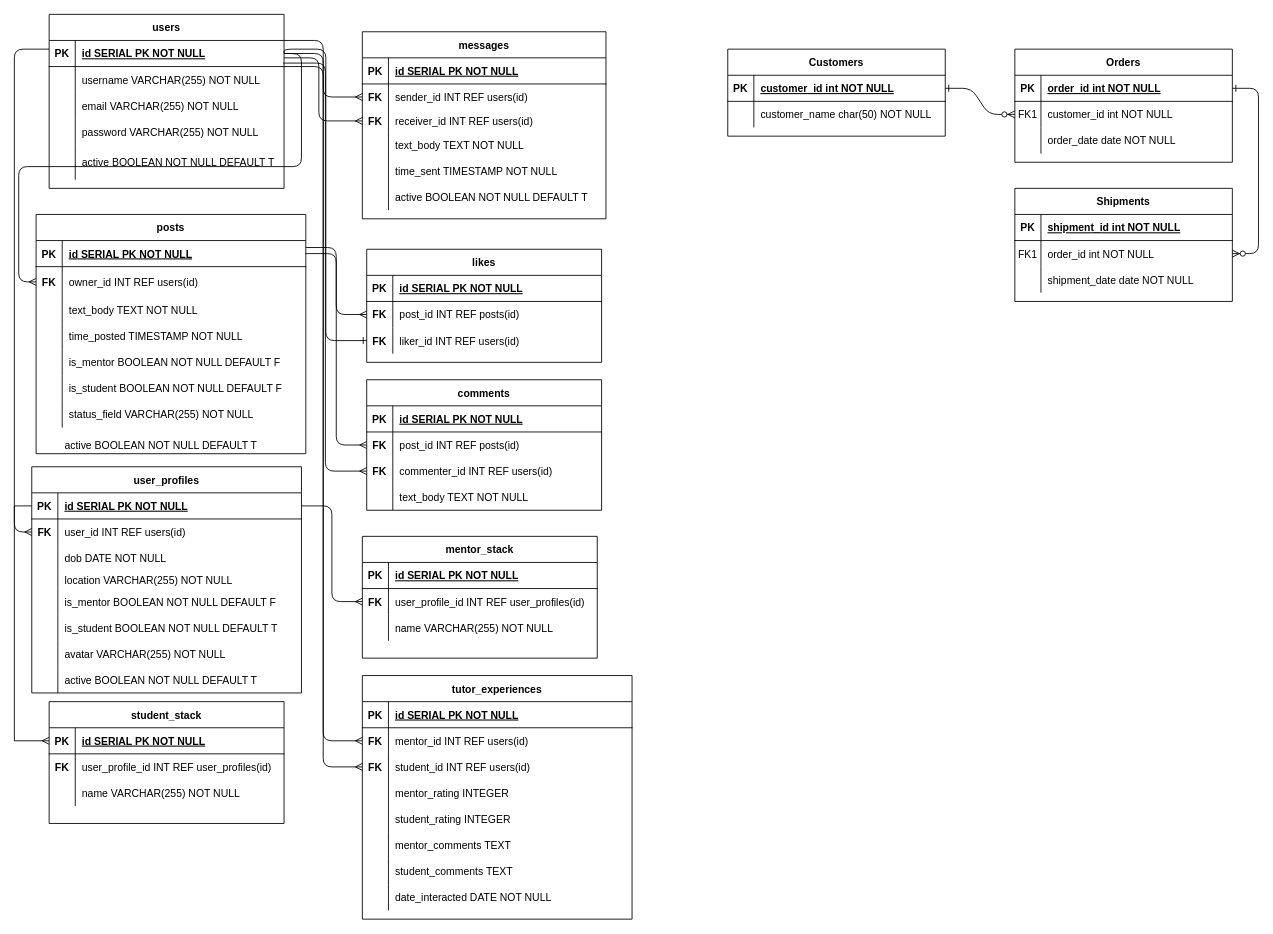
Before: erd.drawio in mgibby91/social_network, a draw.io diagram. Source tidied: cells renumbered, new cells numbered last; positions are measured from the earlier drawing's top-left corner, leaving out a move shared by most shapes. Both pictures are drawn from the tidied source at 87%, with x=0, y=0 at pixel (14, 14).
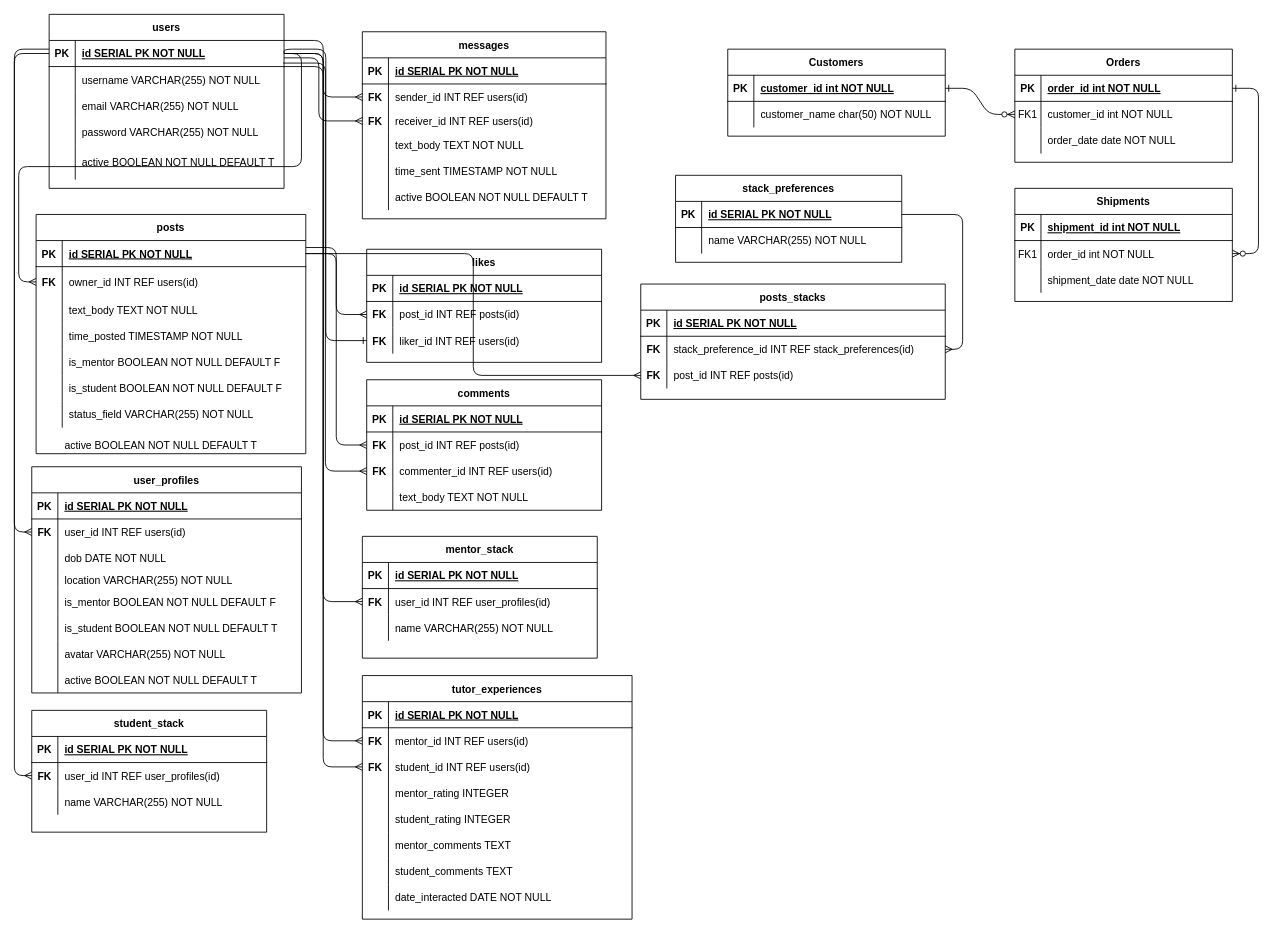
The same diagram, later.

The change refers to these unchanged cells:
```xml
<mxCell id="43" style="shape=partialRectangle;fillColor=none;top=0;left=0;bottom=1;right=0;points=[[0,0.5],[1,0.5]];portConstraint=eastwest;" parent="42" vertex="1">
  <mxGeometry y="30" width="270" height="30" as="geometry" />
</mxCell>
<mxCell id="104" style="shape=partialRectangle;fillColor=none;top=0;left=0;bottom=0;right=0;points=[[0,0.5],[1,0.5]];portConstraint=eastwest;" parent="100" vertex="1">
  <mxGeometry y="60" width="270" height="30" as="geometry" />
</mxCell>
<mxCell id="147" style="shape=partialRectangle;fillColor=none;top=0;left=0;bottom=1;right=0;points=[[0,0.5],[1,0.5]];portConstraint=eastwest;" parent="146" vertex="1">
  <mxGeometry y="30" width="310" height="30" as="geometry" />
</mxCell>
<mxCell id="173" style="shape=partialRectangle;fillColor=none;top=0;left=0;bottom=1;right=0;points=[[0,0.5],[1,0.5]];portConstraint=eastwest;" parent="172" vertex="1">
  <mxGeometry y="30" width="310" height="30" as="geometry" />
</mxCell>
```

The edit, as a diff of the source:
```diff
@@
-    <mxCell id="38" style="edgeStyle=orthogonalEdgeStyle;jettySize=auto;html=1;endArrow=ERmany;endFill=0;" parent="1" edge="1" source="147" target="104">
-      <mxGeometry relative="1" as="geometry" />
-    </mxCell>
@@
-    <mxCell id="106" value="user_profile_id INT REF user_profiles(id)" style="shape=partialRectangle;fillColor=none;top=0;left=0;bottom=0;right=0;align=left;spacingLeft=6;overflow=hidden;" parent="104" vertex="1">
+    <mxCell id="106" value="user_id INT REF user_profiles(id)" style="shape=partialRectangle;fillColor=none;top=0;left=0;bottom=0;right=0;align=left;spacingLeft=6;overflow=hidden;" parent="104" vertex="1">
       <mxGeometry x="30" width="240" height="30" as="geometry" />
     </mxCell>
@@
+    <mxCell id="194" value="stack_preferences" style="shape=table;startSize=30;childLayout=tableLayout;rowLines=0;fontStyle=1;align=center;" parent="1" vertex="1">
+      <mxGeometry x="760" y="185" width="260" height="100" as="geometry" />
+    </mxCell>
+    <mxCell id="195" style="shape=partialRectangle;fillColor=none;top=0;left=0;bottom=1;right=0;points=[[0,0.5],[1,0.5]];portConstraint=eastwest;" parent="194" vertex="1">
+      <mxGeometry y="30" width="260" height="30" as="geometry" />
+    </mxCell>
+    <mxCell id="196" value="PK" style="shape=partialRectangle;fillColor=none;top=0;left=0;bottom=0;right=0;fontStyle=1;overflow=hidden;" parent="195" vertex="1">
+      <mxGeometry width="30" height="30" as="geometry" />
+    </mxCell>
+    <mxCell id="197" value="id SERIAL PK NOT NULL" style="shape=partialRectangle;fillColor=none;top=0;left=0;bottom=0;right=0;align=left;spacingLeft=6;fontStyle=5;overflow=hidden;" parent="195" vertex="1">
+      <mxGeometry x="30" width="230" height="30" as="geometry" />
+    </mxCell>
+    <mxCell id="198" style="shape=partialRectangle;fillColor=none;top=0;left=0;bottom=0;right=0;" parent="194" vertex="1">
+      <mxGeometry y="60" width="260" height="30" as="geometry" />
+    </mxCell>
+    <mxCell id="199" style="shape=partialRectangle;fillColor=none;top=0;left=0;bottom=0;right=0;overflow=hidden;" parent="198" vertex="1">
+      <mxGeometry width="30" height="30" as="geometry" />
+    </mxCell>
+    <mxCell id="200" value="name VARCHAR(255) NOT NULL" style="shape=partialRectangle;fillColor=none;top=0;left=0;bottom=0;right=0;align=left;spacingLeft=6;overflow=hidden;" parent="198" vertex="1">
+      <mxGeometry x="30" width="230" height="30" as="geometry" />
+    </mxCell>
@@
-    <mxCell id="135" style="edgeStyle=orthogonalEdgeStyle;rounded=0;jettySize=auto;html=1;entryX=0;entryY=0.5;entryDx=0;entryDy=0;endArrow=ERmany;endFill=0;" parent="1" edge="1" source="147" target="137">
-      <mxGeometry relative="1" as="geometry" />
-    </mxCell>
-    <mxCell id="136" value="student_stack" style="shape=table;startSize=30;childLayout=tableLayout;rowLines=0;fontStyle=1;align=center;" parent="1" vertex="1">
-      <mxGeometry x="40" y="790" width="270" height="140" as="geometry" />
-    </mxCell>
-    <mxCell id="137" style="shape=partialRectangle;fillColor=none;top=0;left=0;bottom=1;right=0;points=[[0,0.5],[1,0.5]];portConstraint=eastwest;" parent="136" vertex="1">
-      <mxGeometry y="30" width="270" height="30" as="geometry" />
-    </mxCell>
-    <mxCell id="138" value="PK" style="shape=partialRectangle;fillColor=none;top=0;left=0;bottom=0;right=0;fontStyle=1;overflow=hidden;" parent="137" vertex="1">
-      <mxGeometry width="30" height="30" as="geometry" />
-    </mxCell>
-    <mxCell id="139" value="id SERIAL PK NOT NULL" style="shape=partialRectangle;fillColor=none;top=0;left=0;bottom=0;right=0;align=left;spacingLeft=6;fontStyle=5;overflow=hidden;" parent="137" vertex="1">
-      <mxGeometry x="30" width="240" height="30" as="geometry" />
-    </mxCell>
-    <mxCell id="140" style="shape=partialRectangle;fillColor=none;top=0;left=0;bottom=0;right=0;points=[[0,0.5],[1,0.5]];portConstraint=eastwest;" parent="136" vertex="1">
-      <mxGeometry y="60" width="270" height="30" as="geometry" />
-    </mxCell>
-    <mxCell id="141" value="FK" style="shape=partialRectangle;fillColor=none;top=0;left=0;bottom=0;right=0;overflow=hidden;fontStyle=1;" parent="140" vertex="1">
-      <mxGeometry width="30" height="30" as="geometry" />
-    </mxCell>
-    <mxCell id="142" value="user_profile_id INT REF user_profiles(id)" style="shape=partialRectangle;fillColor=none;top=0;left=0;bottom=0;right=0;align=left;spacingLeft=6;overflow=hidden;" parent="140" vertex="1">
-      <mxGeometry x="30" width="240" height="30" as="geometry" />
-    </mxCell>
-    <mxCell id="143" style="shape=partialRectangle;fillColor=none;top=0;left=0;bottom=0;right=0;" parent="136" vertex="1">
-      <mxGeometry y="90" width="270" height="30" as="geometry" />
-    </mxCell>
-    <mxCell id="144" style="shape=partialRectangle;fillColor=none;top=0;left=0;bottom=0;right=0;overflow=hidden;" parent="143" vertex="1">
-      <mxGeometry width="30" height="30" as="geometry" />
-    </mxCell>
-    <mxCell id="145" value="name VARCHAR(255) NOT NULL" style="shape=partialRectangle;fillColor=none;top=0;left=0;bottom=0;right=0;align=left;spacingLeft=6;overflow=hidden;" parent="143" vertex="1">
-      <mxGeometry x="30" width="240" height="30" as="geometry" />
-    </mxCell>
@@
+    <mxCell id="201" style="edgeStyle=orthogonalEdgeStyle;rounded=1;jettySize=auto;html=1;entryX=0;entryY=0.5;entryDx=0;entryDy=0;endArrow=ERmany;endFill=0;" parent="1" edge="1" source="43" target="140">
+      <mxGeometry relative="1" as="geometry" />
+    </mxCell>
+    <mxCell id="136" value="student_stack" style="shape=table;startSize=30;childLayout=tableLayout;rowLines=0;fontStyle=1;align=center;" parent="1" vertex="1">
+      <mxGeometry x="20" y="800" width="270" height="140" as="geometry" />
+    </mxCell>
+    <mxCell id="137" style="shape=partialRectangle;fillColor=none;top=0;left=0;bottom=1;right=0;points=[[0,0.5],[1,0.5]];portConstraint=eastwest;" parent="136" vertex="1">
+      <mxGeometry y="30" width="270" height="30" as="geometry" />
+    </mxCell>
+    <mxCell id="138" value="PK" style="shape=partialRectangle;fillColor=none;top=0;left=0;bottom=0;right=0;fontStyle=1;overflow=hidden;" parent="137" vertex="1">
+      <mxGeometry width="30" height="30" as="geometry" />
+    </mxCell>
+    <mxCell id="139" value="id SERIAL PK NOT NULL" style="shape=partialRectangle;fillColor=none;top=0;left=0;bottom=0;right=0;align=left;spacingLeft=6;fontStyle=5;overflow=hidden;" parent="137" vertex="1">
+      <mxGeometry x="30" width="240" height="30" as="geometry" />
+    </mxCell>
+    <mxCell id="140" style="shape=partialRectangle;fillColor=none;top=0;left=0;bottom=0;right=0;points=[[0,0.5],[1,0.5]];portConstraint=eastwest;" parent="136" vertex="1">
+      <mxGeometry y="60" width="270" height="30" as="geometry" />
+    </mxCell>
+    <mxCell id="141" value="FK" style="shape=partialRectangle;fillColor=none;top=0;left=0;bottom=0;right=0;overflow=hidden;fontStyle=1;" parent="140" vertex="1">
+      <mxGeometry width="30" height="30" as="geometry" />
+    </mxCell>
+    <mxCell id="142" value="user_id INT REF user_profiles(id)" style="shape=partialRectangle;fillColor=none;top=0;left=0;bottom=0;right=0;align=left;spacingLeft=6;overflow=hidden;" parent="140" vertex="1">
+      <mxGeometry x="30" width="240" height="30" as="geometry" />
+    </mxCell>
+    <mxCell id="143" style="shape=partialRectangle;fillColor=none;top=0;left=0;bottom=0;right=0;" parent="136" vertex="1">
+      <mxGeometry y="90" width="270" height="30" as="geometry" />
+    </mxCell>
+    <mxCell id="144" style="shape=partialRectangle;fillColor=none;top=0;left=0;bottom=0;right=0;overflow=hidden;" parent="143" vertex="1">
+      <mxGeometry width="30" height="30" as="geometry" />
+    </mxCell>
+    <mxCell id="145" value="name VARCHAR(255) NOT NULL" style="shape=partialRectangle;fillColor=none;top=0;left=0;bottom=0;right=0;align=left;spacingLeft=6;overflow=hidden;" parent="143" vertex="1">
+      <mxGeometry x="30" width="240" height="30" as="geometry" />
+    </mxCell>
+    <mxCell id="202" style="edgeStyle=orthogonalEdgeStyle;jettySize=auto;html=1;entryX=0;entryY=0.5;entryDx=0;entryDy=0;endArrow=ERmany;endFill=0;" parent="1" edge="1" source="43" target="104">
+      <mxGeometry relative="1" as="geometry" />
+    </mxCell>
+    <mxCell id="203" value="posts_stacks" style="shape=table;startSize=30;childLayout=tableLayout;rowLines=0;fontStyle=1;align=center;" parent="1" vertex="1">
+      <mxGeometry x="720" y="310" width="350" height="132.5" as="geometry" />
+    </mxCell>
+    <mxCell id="204" style="shape=partialRectangle;fillColor=none;top=0;left=0;bottom=1;right=0;" parent="203" vertex="1">
+      <mxGeometry y="30" width="350" height="30" as="geometry" />
+    </mxCell>
+    <mxCell id="205" value="PK" style="shape=partialRectangle;fillColor=none;top=0;left=0;bottom=0;right=0;fontStyle=1;overflow=hidden;" parent="204" vertex="1">
+      <mxGeometry width="30" height="30" as="geometry" />
+    </mxCell>
+    <mxCell id="206" value="id SERIAL PK NOT NULL" style="shape=partialRectangle;fillColor=none;top=0;left=0;bottom=0;right=0;align=left;spacingLeft=6;fontStyle=5;overflow=hidden;" parent="204" vertex="1">
+      <mxGeometry x="30" width="320" height="30" as="geometry" />
+    </mxCell>
+    <mxCell id="207" style="shape=partialRectangle;fillColor=none;top=0;left=0;bottom=0;right=0;points=[[0,0.5],[1,0.5]];portConstraint=eastwest;" parent="203" vertex="1">
+      <mxGeometry y="60" width="350" height="30" as="geometry" />
+    </mxCell>
+    <mxCell id="208" value="FK" style="shape=partialRectangle;fillColor=none;top=0;left=0;bottom=0;right=0;overflow=hidden;fontStyle=1;" parent="207" vertex="1">
+      <mxGeometry width="30" height="30" as="geometry" />
+    </mxCell>
+    <mxCell id="209" value="stack_preference_id INT REF stack_preferences(id)" style="shape=partialRectangle;fillColor=none;top=0;left=0;bottom=0;right=0;align=left;spacingLeft=6;overflow=hidden;" parent="207" vertex="1">
+      <mxGeometry x="30" width="320" height="30" as="geometry" />
+    </mxCell>
+    <mxCell id="210" style="shape=partialRectangle;fillColor=none;top=0;left=0;bottom=0;right=0;points=[[0,0.5],[1,0.5]];portConstraint=eastwest;" parent="203" vertex="1">
+      <mxGeometry y="90" width="350" height="30" as="geometry" />
+    </mxCell>
+    <mxCell id="211" value="FK" style="shape=partialRectangle;fillColor=none;top=0;left=0;bottom=0;right=0;overflow=hidden;fontStyle=1;" parent="210" vertex="1">
+      <mxGeometry width="30" height="30" as="geometry" />
+    </mxCell>
+    <mxCell id="212" value="post_id INT REF posts(id)" style="shape=partialRectangle;fillColor=none;top=0;left=0;bottom=0;right=0;align=left;spacingLeft=6;overflow=hidden;" parent="210" vertex="1">
+      <mxGeometry x="30" width="320" height="30" as="geometry" />
+    </mxCell>
+    <mxCell id="213" style="edgeStyle=orthogonalEdgeStyle;jettySize=auto;html=1;entryX=1;entryY=0.5;entryDx=0;entryDy=0;endArrow=ERmany;endFill=0;" parent="1" edge="1" source="195" target="207">
+      <mxGeometry relative="1" as="geometry" />
+    </mxCell>
+    <mxCell id="214" style="edgeStyle=orthogonalEdgeStyle;jettySize=auto;html=1;entryX=0;entryY=0.5;entryDx=0;entryDy=0;endArrow=ERmany;endFill=0;" parent="1" edge="1" source="173" target="210">
+      <mxGeometry relative="1" as="geometry" />
+    </mxCell>
```
